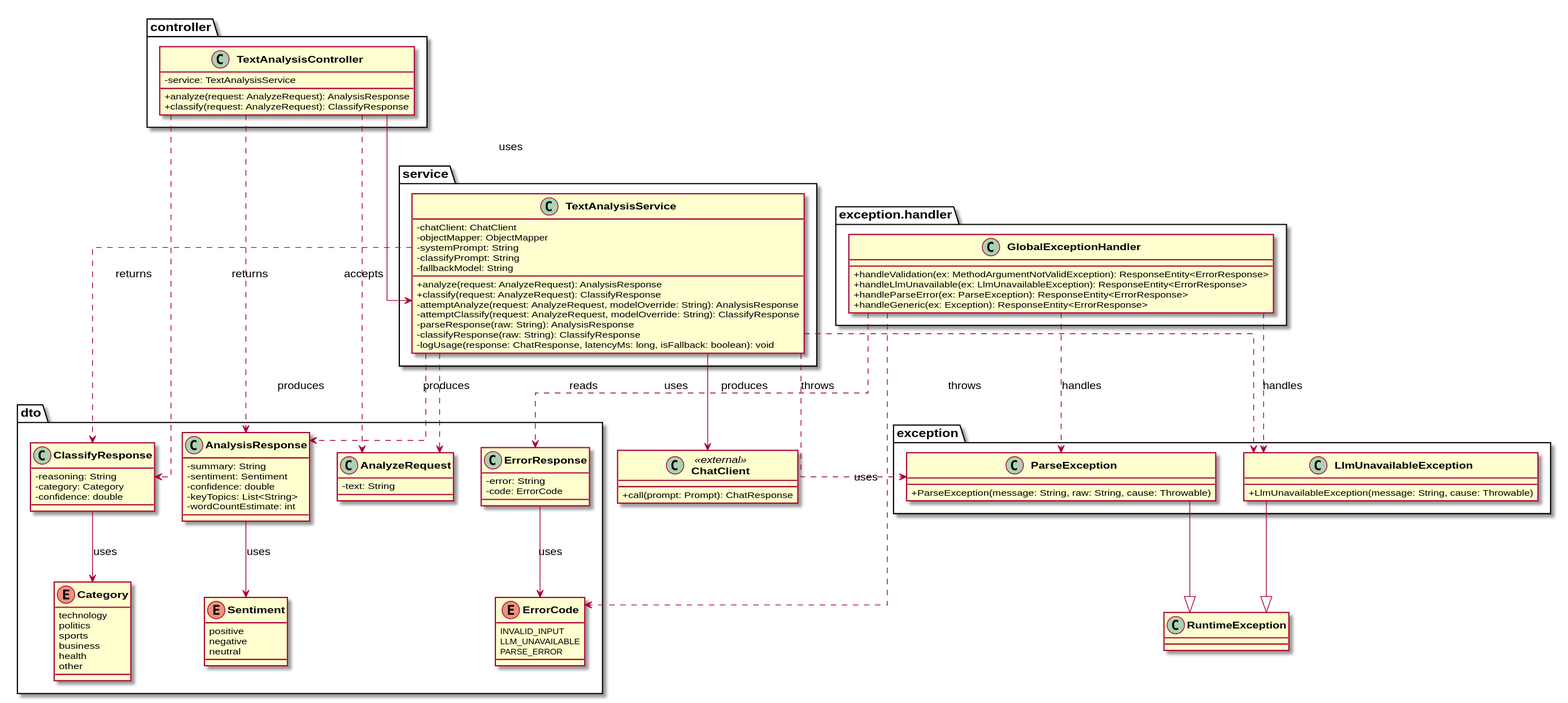
This is diagrams/docs/class-diagram.svg from Buffden/ai-text-intelligence-dashboard, a PlantUML export, as it was before one commit.
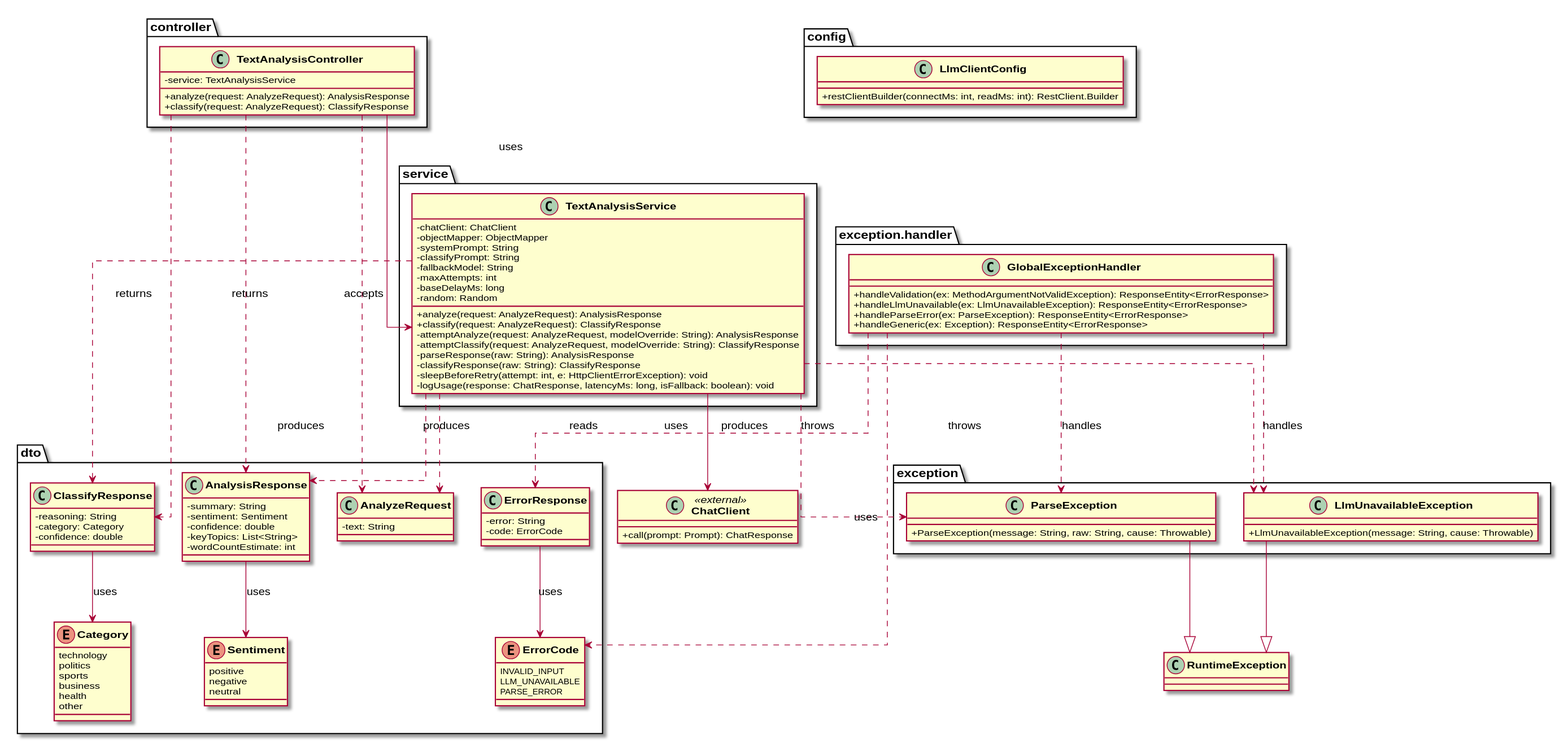
Above is the later version.

Commit message:
chore: auto-export plantuml diagrams [skip ci]

Diff of the diagram source:
```diff
@@ -12,6 +12,12 @@
   }
 }
 
+package "config" {
+  class LlmClientConfig {
+    + restClientBuilder(connectMs: int, readMs: int): RestClient.Builder
+  }
+}
+
 package "service" {
   class TextAnalysisService {
     - chatClient: ChatClient
@@ -19,12 +25,16 @@
     - systemPrompt: String
     - classifyPrompt: String
     - fallbackModel: String
+    - maxAttempts: int
+    - baseDelayMs: long
+    - random: Random
     + analyze(request: AnalyzeRequest): AnalysisResponse
     + classify(request: AnalyzeRequest): ClassifyResponse
     - attemptAnalyze(request: AnalyzeRequest, modelOverride: String): AnalysisResponse
     - attemptClassify(request: AnalyzeRequest, modelOverride: String): ClassifyResponse
     - parseResponse(raw: String): AnalysisResponse
     - classifyResponse(raw: String): ClassifyResponse
+    - sleepBeforeRetry(attempt: int, e: HttpClientErrorException): void
     - logUsage(response: ChatResponse, latencyMs: long, isFallback: boolean): void
   }
 }
```
